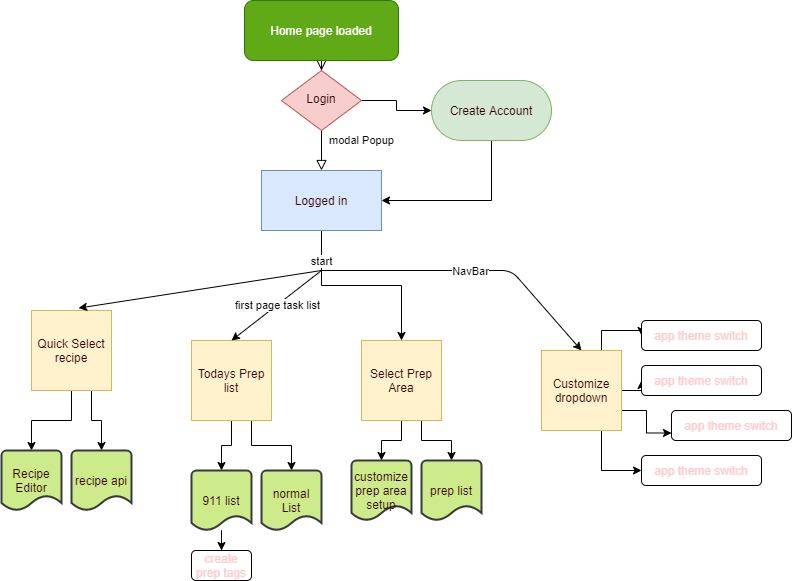
This is referenceLibrary/flowCharts/kitchenPrepAppFlowChart.png from Michael-Yount/KitchenPrepApp, a draw.io export, as it was before one commit. Source tidied: cells renumbered, new cells last; positions are measured from the earlier drawing's top-left corner, leaving out a move shared by most shapes.
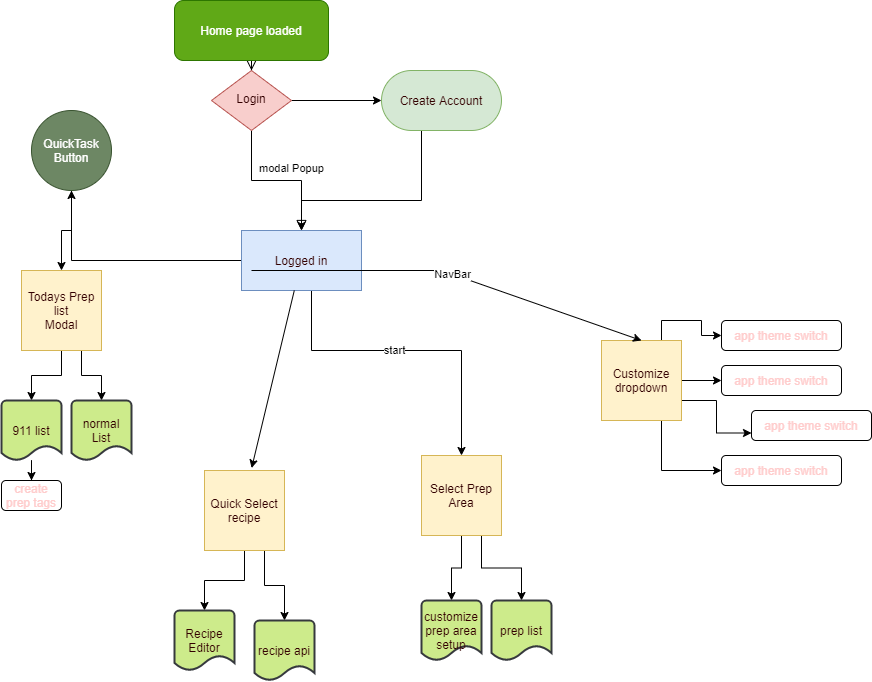
The same diagram one commit later.

Commit message:
implemented prep list daily menu

Change to the diagram source:
```diff
@@ -24,13 +24,23 @@
       <mxGeometry relative="1" as="geometry" />
     </mxCell>
     <mxCell id="9" value="&lt;font&gt;Quick Select recipe&lt;/font&gt;" style="whiteSpace=wrap;html=1;fillColor=#fff2cc;strokeColor=#d6b656;fontColor=#330000;" parent="1" vertex="1">
-      <mxGeometry x="30" y="310" width="80" height="80" as="geometry" />
+      <mxGeometry x="273" y="470" width="80" height="80" as="geometry" />
     </mxCell>
-    <mxCell id="10" style="edgeStyle=orthogonalEdgeStyle;rounded=0;jettySize=auto;html=1;fontColor=#330000;entryX=0.5;entryY=0;entryDx=0;entryDy=0;" parent="1" edge="1" source="11" target="16">
-      <mxGeometry relative="1" as="geometry" />
+    <mxCell id="10" style="edgeStyle=orthogonalEdgeStyle;rounded=0;jettySize=auto;html=1;fontColor=#330000;entryX=0.5;entryY=0;entryDx=0;entryDy=0;exitX=0.5;exitY=1;exitDx=0;exitDy=0;" parent="1" edge="1" source="11" target="16">
+      <mxGeometry relative="1" as="geometry">
+        <Array as="points">
+          <mxPoint x="320" y="250" />
+          <mxPoint x="380" y="250" />
+          <mxPoint x="380" y="350" />
+          <mxPoint x="530" y="350" />
+        </Array>
+      </mxGeometry>
     </mxCell>
+    <mxCell id="43" style="edgeStyle=orthogonalEdgeStyle;rounded=0;jettySize=auto;html=1;exitX=0;exitY=0.5;exitDx=0;exitDy=0;" parent="1" edge="1" source="11" target="45">
+      <mxGeometry relative="1" as="geometry" />
+    </mxCell>
     <mxCell id="11" value="&lt;font color=&quot;#330000&quot;&gt;Logged in&lt;/font&gt;" style="rounded=0;whiteSpace=wrap;html=1;fillColor=#dae8fc;strokeColor=#6c8ebf;" parent="1" vertex="1">
-      <mxGeometry x="260" y="170" width="120" height="60" as="geometry" />
+      <mxGeometry x="310" y="230" width="120" height="60" as="geometry" />
     </mxCell>
     <mxCell id="12" style="edgeStyle=orthogonalEdgeStyle;rounded=0;jettySize=auto;html=1;fontColor=#330000;" parent="1" edge="1" source="13" target="11">
       <mxGeometry relative="1" as="geometry">
@@ -40,7 +50,7 @@
       </mxGeometry>
     </mxCell>
     <mxCell id="13" value="Create Account" style="rounded=1;whiteSpace=wrap;html=1;fillColor=#d5e8d4;strokeColor=#82b366;arcSize=50;fontColor=#330000;" parent="1" vertex="1">
-      <mxGeometry x="430" y="80" width="120" height="60" as="geometry" />
+      <mxGeometry x="450" y="70" width="120" height="60" as="geometry" />
     </mxCell>
     <mxCell id="14" style="edgeStyle=orthogonalEdgeStyle;rounded=0;jettySize=auto;html=1;entryX=0.5;entryY=0;entryDx=0;entryDy=0;entryPerimeter=0;fontColor=#330000;" parent="1" edge="1" source="16" target="36">
       <mxGeometry relative="1" as="geometry" />
@@ -49,7 +59,7 @@
       <mxGeometry relative="1" as="geometry" />
     </mxCell>
     <mxCell id="16" value="&lt;font&gt;Select Prep Area&lt;/font&gt;" style="whiteSpace=wrap;html=1;fillColor=#fff2cc;strokeColor=#d6b656;fontColor=#330000;" parent="1" vertex="1">
-      <mxGeometry x="360" y="340" width="80" height="80" as="geometry" />
+      <mxGeometry x="490" y="455" width="80" height="80" as="geometry" />
     </mxCell>
     <mxCell id="17" style="edgeStyle=orthogonalEdgeStyle;rounded=0;jettySize=auto;html=1;exitX=0.75;exitY=0;exitDx=0;exitDy=0;entryX=0;entryY=0.5;entryDx=0;entryDy=0;fontColor=#330000;" parent="1" edge="1" source="21" target="38">
       <mxGeometry relative="1" as="geometry" />
@@ -64,12 +74,10 @@
       <mxGeometry relative="1" as="geometry" />
     </mxCell>
     <mxCell id="21" value="&lt;font&gt;Customize dropdown&lt;/font&gt;" style="whiteSpace=wrap;html=1;fillColor=#fff2cc;strokeColor=#d6b656;fontColor=#330000;" parent="1" vertex="1">
-      <mxGeometry x="540" y="350" width="80" height="80" as="geometry" />
+      <mxGeometry x="670" y="340" width="80" height="80" as="geometry" />
     </mxCell>
-    <mxCell id="22" style="endArrow=classic;html=1;fontColor=#330000;entryX=0.589;entryY=-0.03;entryDx=0;entryDy=0;entryPerimeter=0;" parent="1" edge="1" target="9">
-      <mxGeometry relative="1" as="geometry">
-        <mxPoint x="320" y="270" as="sourcePoint" />
-      </mxGeometry>
+    <mxCell id="22" style="endArrow=classic;html=1;fontColor=#330000;entryX=0.589;entryY=-0.03;entryDx=0;entryDy=0;entryPerimeter=0;" parent="1" edge="1" source="11" target="9">
+      <mxGeometry relative="1" as="geometry" />
     </mxCell>
     <mxCell id="23" value="start" style="edgeLabel;html=1;align=center;verticalAlign=middle;" parent="22" vertex="1">
       <mxGeometry relative="1" as="geometry">
@@ -93,52 +101,50 @@
     <mxCell id="27" style="edgeStyle=orthogonalEdgeStyle;rounded=0;jettySize=auto;html=1;exitX=0.75;exitY=1;exitDx=0;exitDy=0;entryX=0.5;entryY=0;entryDx=0;entryDy=0;entryPerimeter=0;fontColor=#330000;" parent="1" edge="1" source="28" target="35">
       <mxGeometry relative="1" as="geometry" />
     </mxCell>
-    <mxCell id="28" value="&lt;font&gt;Todays Prep list&lt;/font&gt;" style="whiteSpace=wrap;html=1;fillColor=#fff2cc;strokeColor=#d6b656;fontColor=#330000;" parent="1" vertex="1">
-      <mxGeometry x="190" y="340" width="80" height="80" as="geometry" />
+    <mxCell id="28" value="&lt;font&gt;Todays Prep list&lt;br&gt;Modal&lt;br&gt;&lt;/font&gt;" style="whiteSpace=wrap;html=1;fillColor=#fff2cc;strokeColor=#d6b656;fontColor=#330000;" parent="1" vertex="1">
+      <mxGeometry x="90" y="270" width="80" height="80" as="geometry" />
     </mxCell>
-    <mxCell id="29" style="endArrow=classic;html=1;fontColor=#330000;entryX=0.5;entryY=0;entryDx=0;entryDy=0;" parent="1" edge="1" target="28">
-      <mxGeometry relative="1" as="geometry">
-        <mxPoint x="320" y="270" as="sourcePoint" />
-      </mxGeometry>
-    </mxCell>
-    <mxCell id="30" value="first page task list" style="edgeLabel;html=1;align=center;verticalAlign=middle;" parent="29" vertex="1">
-      <mxGeometry relative="1" as="geometry" />
-    </mxCell>
     <mxCell id="31" value="&lt;font color=&quot;#330000&quot;&gt;Recipe Editor&lt;/font&gt;" style="strokeWidth=2;html=1;shape=mxgraph.flowchart.document2;whiteSpace=wrap;size=0.25;fillColor=#cdeb8b;strokeColor=#36393d;" parent="1" vertex="1">
-      <mxGeometry y="450" width="60" height="60" as="geometry" />
+      <mxGeometry x="243" y="610" width="60" height="60" as="geometry" />
     </mxCell>
     <mxCell id="32" value="&lt;font color=&quot;#330000&quot;&gt;recipe api&lt;/font&gt;" style="strokeWidth=2;html=1;shape=mxgraph.flowchart.document2;whiteSpace=wrap;size=0.25;fillColor=#cdeb8b;strokeColor=#36393d;" parent="1" vertex="1">
-      <mxGeometry x="70" y="450" width="60" height="60" as="geometry" />
+      <mxGeometry x="323" y="620" width="60" height="60" as="geometry" />
     </mxCell>
     <mxCell id="33" style="edgeStyle=orthogonalEdgeStyle;rounded=0;jettySize=auto;html=1;fontColor=#330000;" parent="1" edge="1" source="34" target="42">
       <mxGeometry relative="1" as="geometry" />
     </mxCell>
     <mxCell id="34" value="&lt;font color=&quot;#330000&quot;&gt;911 list&lt;/font&gt;" style="strokeWidth=2;html=1;shape=mxgraph.flowchart.document2;whiteSpace=wrap;size=0.25;fillColor=#cdeb8b;strokeColor=#36393d;" parent="1" vertex="1">
-      <mxGeometry x="190" y="470" width="60" height="60" as="geometry" />
+      <mxGeometry x="70" y="400" width="60" height="60" as="geometry" />
     </mxCell>
     <mxCell id="35" value="&lt;font color=&quot;#330000&quot;&gt;normal List&lt;/font&gt;" style="strokeWidth=2;html=1;shape=mxgraph.flowchart.document2;whiteSpace=wrap;size=0.25;fillColor=#cdeb8b;strokeColor=#36393d;" parent="1" vertex="1">
-      <mxGeometry x="260" y="470" width="60" height="60" as="geometry" />
+      <mxGeometry x="140" y="400" width="60" height="60" as="geometry" />
     </mxCell>
     <mxCell id="36" value="&lt;font color=&quot;#330000&quot;&gt;customize prep area setup&lt;/font&gt;" style="strokeWidth=2;html=1;shape=mxgraph.flowchart.document2;whiteSpace=wrap;size=0.25;fillColor=#cdeb8b;strokeColor=#36393d;" parent="1" vertex="1">
-      <mxGeometry x="350" y="460" width="60" height="60" as="geometry" />
+      <mxGeometry x="490" y="600" width="60" height="60" as="geometry" />
     </mxCell>
     <mxCell id="37" value="&lt;font color=&quot;#330000&quot;&gt;prep list&lt;/font&gt;" style="strokeWidth=2;html=1;shape=mxgraph.flowchart.document2;whiteSpace=wrap;size=0.25;fillColor=#cdeb8b;strokeColor=#36393d;" parent="1" vertex="1">
-      <mxGeometry x="420" y="460" width="60" height="60" as="geometry" />
+      <mxGeometry x="560" y="600" width="60" height="60" as="geometry" />
     </mxCell>
     <mxCell id="38" value="&lt;font color=&quot;#ffcccc&quot;&gt;app theme switch&lt;/font&gt;" style="rounded=1;whiteSpace=wrap;html=1;fontColor=#330000;" parent="1" vertex="1">
-      <mxGeometry x="640" y="320" width="120" height="30" as="geometry" />
+      <mxGeometry x="790" y="320" width="120" height="30" as="geometry" />
     </mxCell>
     <mxCell id="39" value="&lt;font color=&quot;#ffcccc&quot;&gt;app theme switch&lt;/font&gt;" style="rounded=1;whiteSpace=wrap;html=1;fontColor=#330000;" parent="1" vertex="1">
-      <mxGeometry x="640" y="365" width="120" height="30" as="geometry" />
+      <mxGeometry x="790" y="365" width="120" height="30" as="geometry" />
     </mxCell>
     <mxCell id="40" value="&lt;font color=&quot;#ffcccc&quot;&gt;app theme switch&lt;/font&gt;" style="rounded=1;whiteSpace=wrap;html=1;fontColor=#330000;" parent="1" vertex="1">
-      <mxGeometry x="670" y="410" width="120" height="30" as="geometry" />
+      <mxGeometry x="820" y="410" width="120" height="30" as="geometry" />
     </mxCell>
     <mxCell id="41" value="&lt;font color=&quot;#ffcccc&quot;&gt;app theme switch&lt;/font&gt;" style="rounded=1;whiteSpace=wrap;html=1;fontColor=#330000;" parent="1" vertex="1">
-      <mxGeometry x="640" y="455" width="120" height="30" as="geometry" />
+      <mxGeometry x="790" y="455" width="120" height="30" as="geometry" />
     </mxCell>
     <mxCell id="42" value="&lt;font color=&quot;#ffcccc&quot;&gt;create prep tags&lt;br&gt;&lt;/font&gt;" style="rounded=1;whiteSpace=wrap;html=1;fontColor=#330000;" parent="1" vertex="1">
-      <mxGeometry x="190" y="550" width="60" height="30" as="geometry" />
+      <mxGeometry x="70" y="480" width="60" height="30" as="geometry" />
     </mxCell>
+    <mxCell id="44" style="edgeStyle=orthogonalEdgeStyle;rounded=0;jettySize=auto;html=1;entryX=0.5;entryY=0;entryDx=0;entryDy=0;" parent="1" edge="1" source="45" target="28">
+      <mxGeometry relative="1" as="geometry" />
+    </mxCell>
+    <mxCell id="45" value="QuickTask Button" style="ellipse;whiteSpace=wrap;html=1;fillColor=#6d8764;strokeColor=#3A5431;fontColor=#ffffff;" parent="1" vertex="1">
+      <mxGeometry x="100" y="110" width="80" height="80" as="geometry" />
+    </mxCell>
   </root>
 </mxGraphModel>
```
